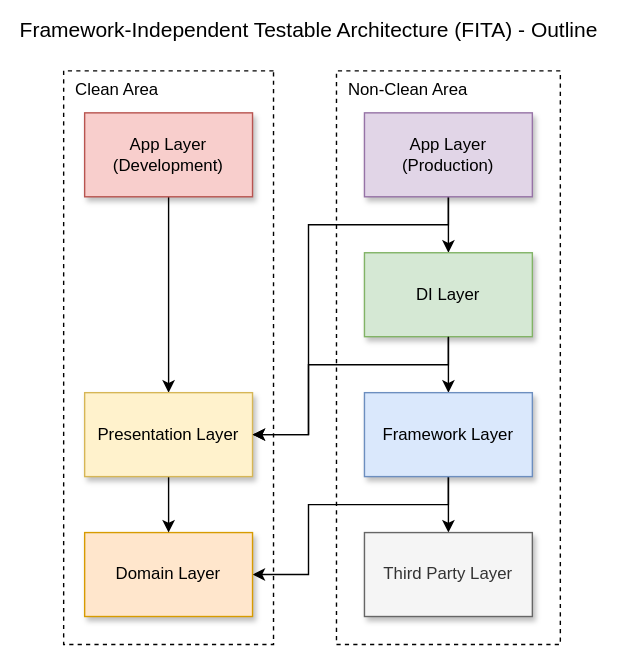
Earlier version of the draw.io export asset/drawio/architecture_outline.drawio.svg (suguruTakahashi-1234/fia-practical-sample). Source tidied: cells renumbered, new cells last; positions are measured from the earlier drawing's top-left corner, leaving out a move shared by most shapes.
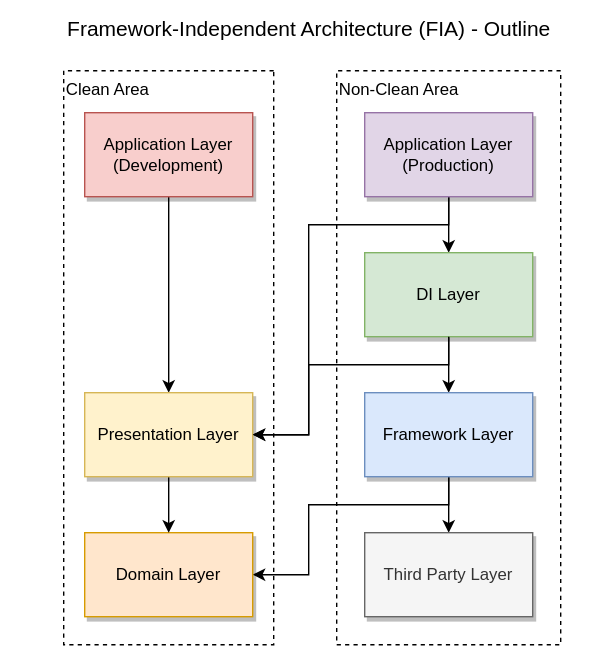
Above is the later version.

What changed in the source:
```diff
@@ -14,7 +14,7 @@
     <mxCell id="5" style="edgeStyle=orthogonalEdgeStyle;rounded=0;jettySize=auto;html=1;exitX=0.5;exitY=1;exitDx=0;exitDy=0;" parent="1" edge="1" source="6" target="18">
       <mxGeometry relative="1" as="geometry" />
     </mxCell>
-    <mxCell id="6" value="&lt;span style=&quot;text-align: left;&quot;&gt;App Layer (Development)&lt;/span&gt;" style="rounded=0;whiteSpace=wrap;html=1;fontStyle=0;fillColor=#f8cecc;strokeColor=#b85450;shadow=1;" parent="1" vertex="1">
+    <mxCell id="6" value="&lt;span style=&quot;text-align: left;&quot;&gt;&amp;nbsp;Application Layer (Development)&lt;/span&gt;" style="rounded=0;whiteSpace=wrap;html=1;fontStyle=0;fillColor=#f8cecc;strokeColor=#b85450;shadow=1;" parent="1" vertex="1">
       <mxGeometry x="60" y="80" width="120" height="60" as="geometry" />
     </mxCell>
     <mxCell id="7" style="edgeStyle=orthogonalEdgeStyle;rounded=0;jettySize=auto;html=1;exitX=0.5;exitY=1;exitDx=0;exitDy=0;entryX=0.5;entryY=0;entryDx=0;entryDy=0;" parent="1" edge="1" source="9" target="11">
@@ -29,7 +29,7 @@
         </Array>
       </mxGeometry>
     </mxCell>
-    <mxCell id="9" value="&lt;div style=&quot;&quot;&gt;&lt;span style=&quot;background-color: initial;&quot;&gt;App Layer (Production)&lt;/span&gt;&lt;/div&gt;" style="rounded=0;whiteSpace=wrap;html=1;fontStyle=0;fillColor=#e1d5e7;strokeColor=#9673a6;align=center;shadow=1;" parent="1" vertex="1">
+    <mxCell id="9" value="&lt;div style=&quot;&quot;&gt;&lt;span style=&quot;background-color: initial;&quot;&gt;Application Layer (Production)&lt;/span&gt;&lt;/div&gt;" style="rounded=0;whiteSpace=wrap;html=1;fontStyle=0;fillColor=#e1d5e7;strokeColor=#9673a6;align=center;shadow=1;" parent="1" vertex="1">
       <mxGeometry x="260" y="80" width="120" height="60" as="geometry" />
     </mxCell>
     <mxCell id="10" style="edgeStyle=orthogonalEdgeStyle;rounded=0;jettySize=auto;html=1;exitX=0.5;exitY=1;exitDx=0;exitDy=0;entryX=0.5;entryY=0;entryDx=0;entryDy=0;" parent="1" edge="1" source="11" target="14">
@@ -74,7 +74,7 @@
         </Array>
       </mxGeometry>
     </mxCell>
-    <mxCell id="20" value="Framework-Independent Testable Architecture (FITA) - Outline" style="text;html=1;align=center;verticalAlign=middle;whiteSpace=wrap;rounded=0;fontSize=15;" parent="1" vertex="1">
+    <mxCell id="20" value="Framework-Independent Architecture (FIA) - Outline" style="text;html=1;align=center;verticalAlign=middle;whiteSpace=wrap;rounded=0;fontSize=15;" parent="1" vertex="1">
       <mxGeometry x="8.8" y="10" width="422.5" height="20" as="geometry" />
     </mxCell>
   </root>
```
